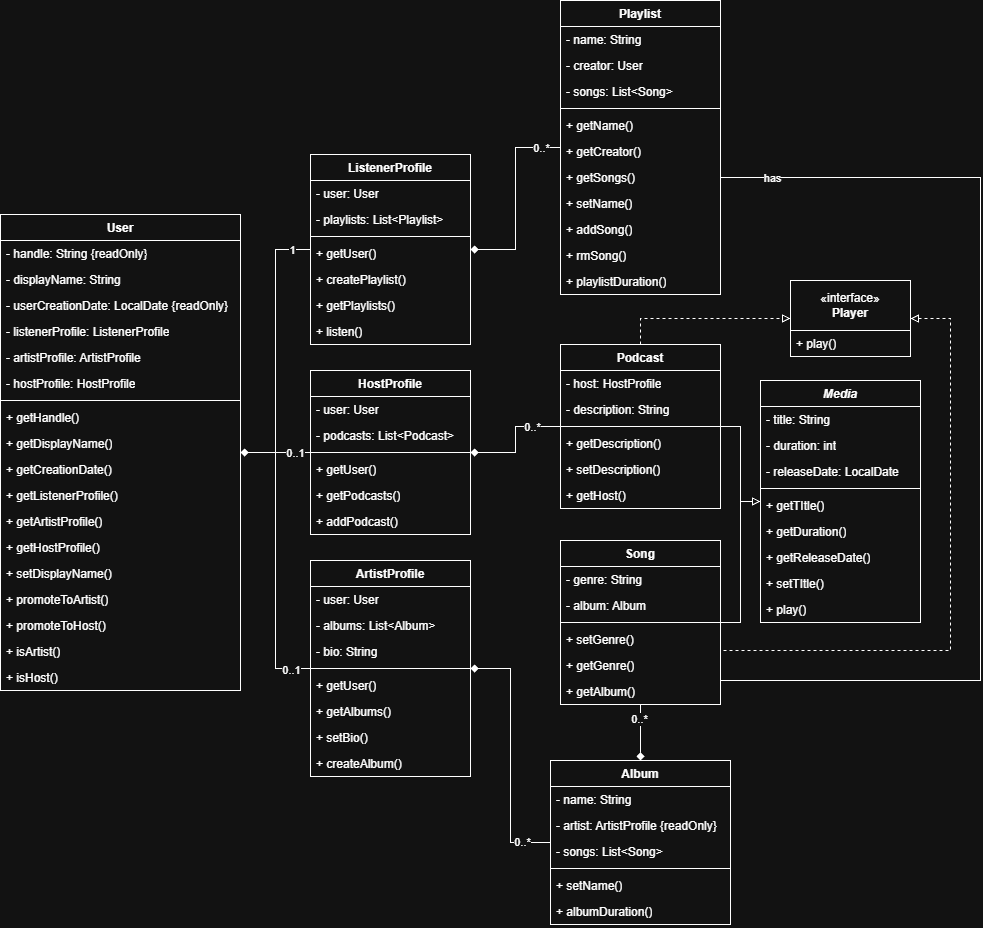
Before: docs/uml/music-streaming-library-Main.png, a diagram exported from draw.io (SailinEast/music-streaming-library). Source tidied: cells renumbered, new cells last; positions are measured from the earlier drawing's top-left corner, leaving out a move shared by most shapes.
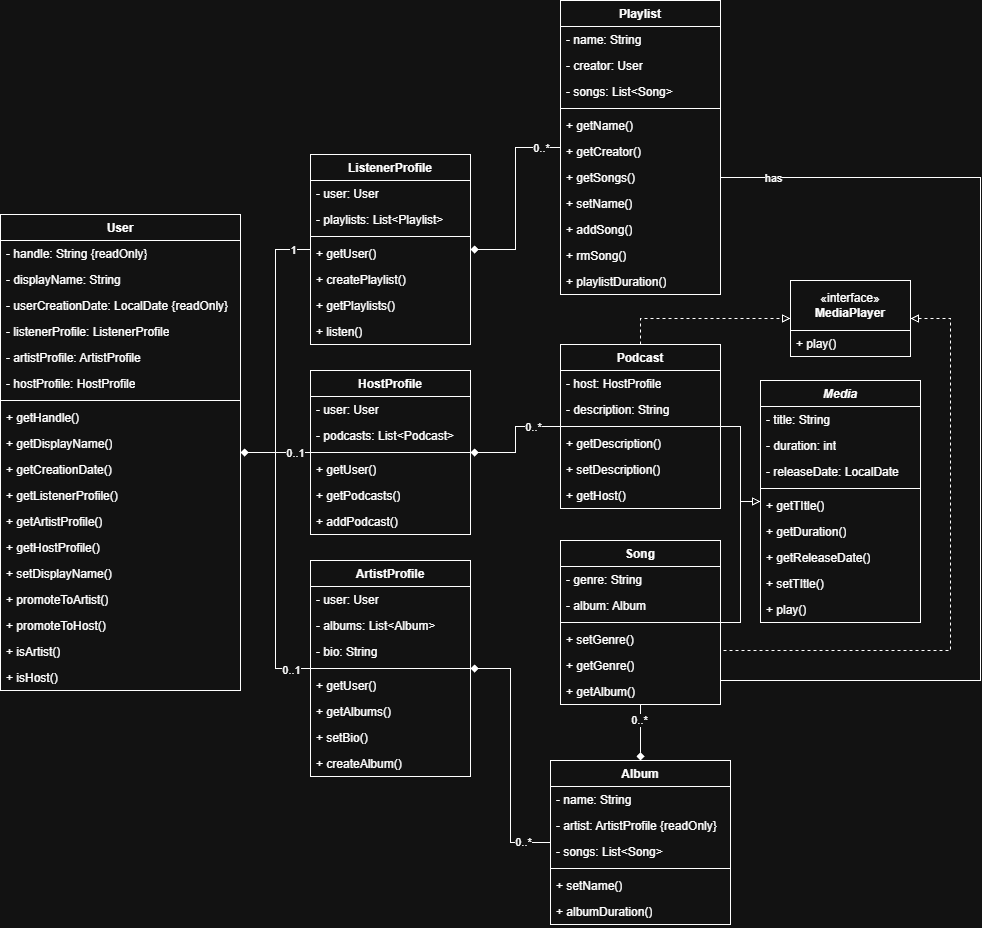
Later version of the same file.

The edit, as a diff of the source:
```diff
@@ -330,7 +330,7 @@
     <mxCell id="106" value="has" style="edgeLabel;html=1;align=center;verticalAlign=middle;" parent="105" vertex="1">
       <mxGeometry x="0.9" relative="1" as="geometry" />
     </mxCell>
-    <mxCell id="107" value="«interface»&lt;br&gt;&lt;b&gt;Player&lt;/b&gt;" style="swimlane;fontStyle=0;horizontal=1;startSize=50;fillColor=none;whiteSpace=wrap;html=1;" parent="1" vertex="1">
+    <mxCell id="107" value="«interface»&lt;br&gt;&lt;b&gt;MediaPlayer&lt;/b&gt;" style="swimlane;fontStyle=0;horizontal=1;startSize=50;fillColor=none;whiteSpace=wrap;html=1;" parent="1" vertex="1">
       <mxGeometry x="790" y="280" width="120" height="76" as="geometry" />
     </mxCell>
     <mxCell id="108" value="+ play()" style="text;strokeColor=none;fillColor=none;align=left;verticalAlign=top;spacingLeft=4;spacingRight=4;overflow=hidden;whiteSpace=wrap;html=1;" parent="107" vertex="1">
```
